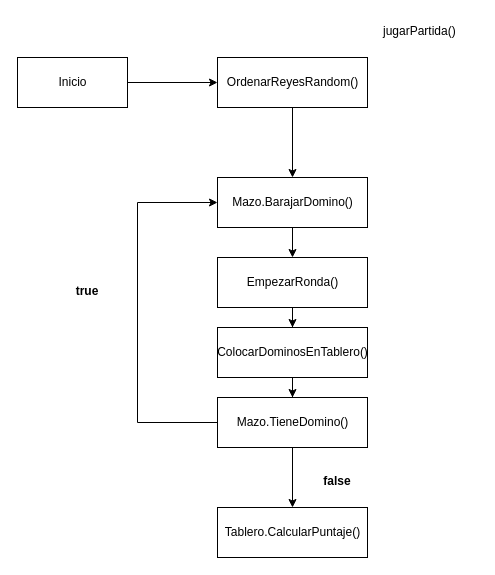
Before: page "Flujo Normal Kingdomino" (3 of 3) of King Domino.drawio in miroagustin/kingdomino-2021, a draw.io diagram. Source tidied: cells renumbered, new cells numbered last; positions are measured from the earlier drawing's top-left corner, leaving out a move shared by most shapes. Both pictures are drawn from the tidied source at 100%, with x=0, y=0 at pixel (17, 17).
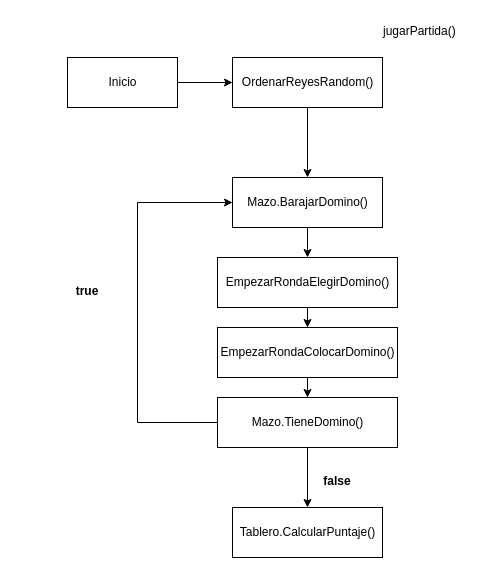
Above is the later version.

Change to the diagram source:
```diff
@@
     <mxCell id="3" value="OrdenarReyesRandom()" style="html=1;" parent="1" vertex="1">
-      <mxGeometry x="200" y="40" width="150" height="50" as="geometry" />
+      <mxGeometry x="215" y="40" width="150" height="50" as="geometry" />
     </mxCell>
@@
     <mxCell id="5" value="Mazo.BarajarDomino()" style="html=1;" parent="1" vertex="1">
-      <mxGeometry x="200" y="160" width="150" height="50" as="geometry" />
+      <mxGeometry x="215" y="160" width="150" height="50" as="geometry" />
     </mxCell>
@@
-    <mxCell id="7" value="EmpezarRonda()" style="html=1;" parent="1" vertex="1">
-      <mxGeometry x="200" y="240" width="150" height="50" as="geometry" />
+    <mxCell id="7" value="EmpezarRondaElegirDomino()" style="html=1;" parent="1" vertex="1">
+      <mxGeometry x="200" y="240" width="180" height="50" as="geometry" />
     </mxCell>
@@
     <mxCell id="10" value="Mazo.TieneDomino()" style="html=1;" parent="1" vertex="1">
-      <mxGeometry x="200" y="380" width="150" height="50" as="geometry" />
+      <mxGeometry x="200" y="380" width="180" height="50" as="geometry" />
     </mxCell>
     <mxCell id="11" value="Tablero.CalcularPuntaje()" style="html=1;" parent="1" vertex="1">
-      <mxGeometry x="200" y="490" width="150" height="50" as="geometry" />
+      <mxGeometry x="215" y="490" width="150" height="50" as="geometry" />
     </mxCell>
@@
     <mxCell id="15" value="Inicio" style="html=1;" parent="1" vertex="1">
-      <mxGeometry y="40" width="110" height="50" as="geometry" />
+      <mxGeometry x="50" y="40" width="110" height="50" as="geometry" />
     </mxCell>
@@
-    <mxCell id="17" value="ColocarDominosEnTablero()" style="html=1;" parent="1" vertex="1">
-      <mxGeometry x="200" y="310" width="150" height="50" as="geometry" />
+    <mxCell id="17" value="EmpezarRondaColocarDomino()" style="html=1;" parent="1" vertex="1">
+      <mxGeometry x="200" y="310" width="180" height="50" as="geometry" />
     </mxCell>
```
